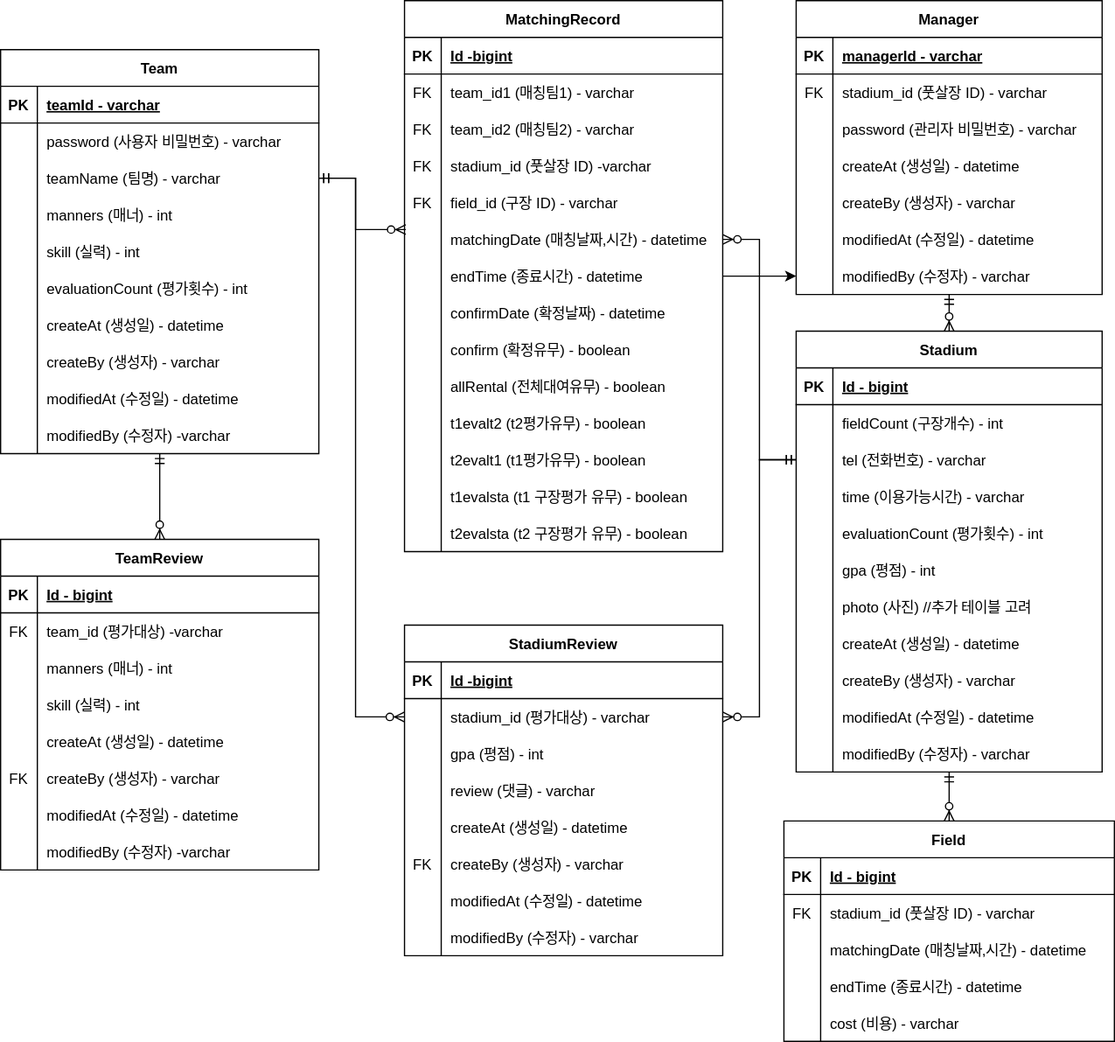
This is backend/document/fusal-matching.svg from jihoon0413/fusal-matching-test, a draw.io export, as it was before one commit. Source tidied: cells renumbered, new cells last; positions are measured from the earlier drawing's top-left corner, leaving out a move shared by most shapes.
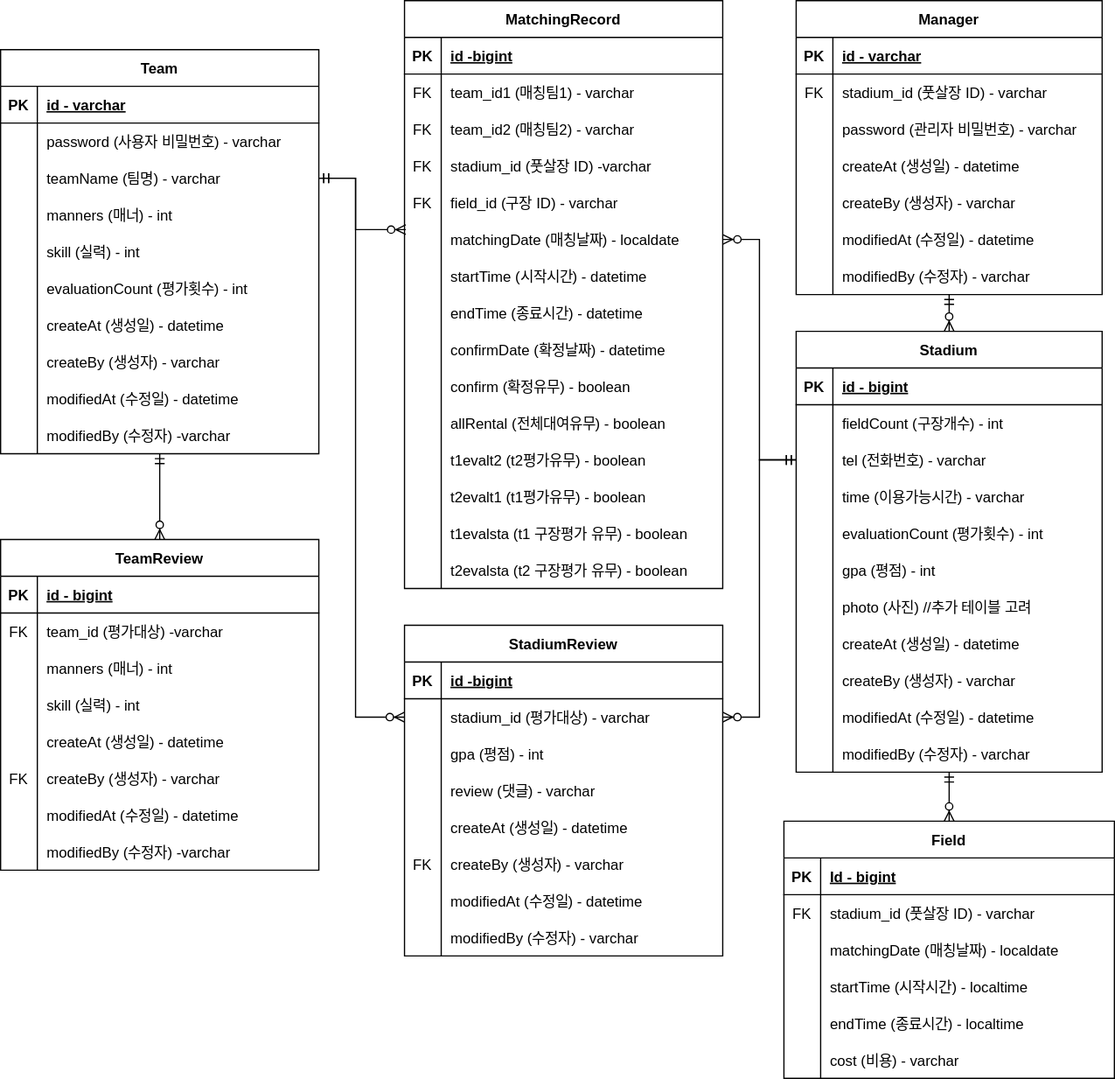
After the commit.

Commit message:
#3 - team,manager id 수정, 매칭날짜 수정

Change to the diagram source:
```diff
@@ -11,7 +11,7 @@
     <mxCell id="4" value="PK" style="shape=partialRectangle;overflow=hidden;fillColor=none;top=0;left=0;bottom=0;right=0;fontStyle=1;" parent="3" vertex="1">
       <mxGeometry width="30" height="30" as="geometry" />
     </mxCell>
-    <mxCell id="5" value="teamId - varchar" style="shape=partialRectangle;overflow=hidden;fillColor=none;top=0;left=0;bottom=0;right=0;align=left;spacingLeft=6;fontStyle=5;" parent="3" vertex="1">
+    <mxCell id="5" value="id - varchar" style="shape=partialRectangle;overflow=hidden;fillColor=none;top=0;left=0;bottom=0;right=0;align=left;spacingLeft=6;fontStyle=5;" parent="3" vertex="1">
       <mxGeometry x="30" width="230" height="30" as="geometry" />
     </mxCell>
     <mxCell id="6" style="shape=partialRectangle;fillColor=none;top=0;left=0;right=0;bottom=0;" parent="2" vertex="1">
@@ -104,7 +104,7 @@
     <mxCell id="35" value="PK" style="shape=partialRectangle;overflow=hidden;fillColor=none;top=0;left=0;bottom=0;right=0;fontStyle=1;" parent="34" vertex="1">
       <mxGeometry width="30" height="30" as="geometry" />
     </mxCell>
-    <mxCell id="36" value="Id -bigint" style="shape=partialRectangle;overflow=hidden;fillColor=none;top=0;left=0;bottom=0;right=0;align=left;spacingLeft=6;fontStyle=5;" parent="34" vertex="1">
+    <mxCell id="36" value="id -bigint" style="shape=partialRectangle;overflow=hidden;fillColor=none;top=0;left=0;bottom=0;right=0;align=left;spacingLeft=6;fontStyle=5;" parent="34" vertex="1">
       <mxGeometry x="30" width="230" height="30" as="geometry" />
     </mxCell>
     <mxCell id="37" style="shape=partialRectangle;fillColor=none;points=[[0,0.5],[1,0.5]];portConstraint=eastwest;top=0;left=0;right=0;bottom=0;" parent="33" vertex="1">
@@ -170,11 +170,8 @@
     <mxCell id="57" value="modifiedBy (수정자) - varchar" style="shape=partialRectangle;overflow=hidden;fillColor=none;top=0;left=0;bottom=0;right=0;align=left;spacingLeft=6;" parent="55" vertex="1">
       <mxGeometry x="30" width="230" height="30" as="geometry" />
     </mxCell>
-    <mxCell id="58" style="edgeStyle=orthogonalEdgeStyle;rounded=0;jettySize=auto;html=1;" parent="1" edge="1" source="59" target="121">
-      <mxGeometry relative="1" as="geometry" />
-    </mxCell>
     <mxCell id="59" value="MatchingRecord" style="shape=table;startSize=30;rowLines=0;fontStyle=1;align=center;" parent="1" vertex="1">
-      <mxGeometry x="330" width="260" height="450" as="geometry" />
+      <mxGeometry x="330" width="260" height="480" as="geometry" />
     </mxCell>
     <mxCell id="60" style="shape=partialRectangle;fillColor=none;top=0;left=0;right=0;bottom=1;" parent="59" vertex="1">
       <mxGeometry y="30" width="260" height="30" as="geometry" />
@@ -182,7 +179,7 @@
     <mxCell id="61" value="PK" style="shape=partialRectangle;overflow=hidden;fillColor=none;top=0;left=0;bottom=0;right=0;fontStyle=1;" parent="60" vertex="1">
       <mxGeometry width="30" height="30" as="geometry" />
     </mxCell>
-    <mxCell id="62" value="Id -bigint" style="shape=partialRectangle;overflow=hidden;fillColor=none;top=0;left=0;bottom=0;right=0;align=left;spacingLeft=6;fontStyle=5;" parent="60" vertex="1">
+    <mxCell id="62" value="id -bigint" style="shape=partialRectangle;overflow=hidden;fillColor=none;top=0;left=0;bottom=0;right=0;align=left;spacingLeft=6;fontStyle=5;" parent="60" vertex="1">
       <mxGeometry x="30" width="230" height="30" as="geometry" />
     </mxCell>
     <mxCell id="63" style="shape=partialRectangle;fillColor=none;top=0;left=0;right=0;bottom=0;" parent="59" vertex="1">
@@ -227,7 +224,7 @@
     <mxCell id="76" style="shape=partialRectangle;overflow=hidden;fillColor=none;top=0;left=0;bottom=0;right=0;" parent="75" vertex="1">
       <mxGeometry width="30" height="30" as="geometry" />
     </mxCell>
-    <mxCell id="77" value="matchingDate (매칭날짜,시간) - datetime" style="shape=partialRectangle;overflow=hidden;fillColor=none;top=0;left=0;bottom=0;right=0;align=left;spacingLeft=6;" parent="75" vertex="1">
+    <mxCell id="77" value="matchingDate (매칭날짜) - localdate" style="shape=partialRectangle;overflow=hidden;fillColor=none;top=0;left=0;bottom=0;right=0;align=left;spacingLeft=6;" parent="75" vertex="1">
       <mxGeometry x="30" width="230" height="30" as="geometry" />
     </mxCell>
     <mxCell id="78" style="shape=partialRectangle;fillColor=none;top=0;left=0;right=0;bottom=0;" parent="59" vertex="1">
@@ -236,11 +233,20 @@
     <mxCell id="79" style="shape=partialRectangle;overflow=hidden;fillColor=none;top=0;left=0;bottom=0;right=0;" parent="78" vertex="1">
       <mxGeometry width="30" height="30" as="geometry" />
     </mxCell>
-    <mxCell id="80" value="endTime (종료시간) - datetime" style="shape=partialRectangle;overflow=hidden;fillColor=none;top=0;left=0;bottom=0;right=0;align=left;spacingLeft=6;" parent="78" vertex="1">
+    <mxCell id="80" value="startTime (시작시간) - datetime" style="shape=partialRectangle;overflow=hidden;fillColor=none;top=0;left=0;bottom=0;right=0;align=left;spacingLeft=6;" parent="78" vertex="1">
       <mxGeometry x="30" width="230" height="30" as="geometry" />
     </mxCell>
+    <mxCell id="206" style="shape=partialRectangle;fillColor=none;top=0;left=0;right=0;bottom=0;" parent="59" vertex="1">
+      <mxGeometry y="240" width="260" height="30" as="geometry" />
+    </mxCell>
+    <mxCell id="207" style="shape=partialRectangle;overflow=hidden;fillColor=none;top=0;left=0;bottom=0;right=0;" parent="206" vertex="1">
+      <mxGeometry width="30" height="30" as="geometry" />
+    </mxCell>
+    <mxCell id="208" value="endTime (종료시간) - datetime" style="shape=partialRectangle;overflow=hidden;fillColor=none;top=0;left=0;bottom=0;right=0;align=left;spacingLeft=6;" parent="206" vertex="1">
+      <mxGeometry x="30" width="230" height="30" as="geometry" />
+    </mxCell>
     <mxCell id="81" style="shape=partialRectangle;fillColor=none;top=0;left=0;right=0;bottom=0;" parent="59" vertex="1">
-      <mxGeometry y="240" width="260" height="30" as="geometry" />
+      <mxGeometry y="270" width="260" height="30" as="geometry" />
     </mxCell>
     <mxCell id="82" style="shape=partialRectangle;overflow=hidden;fillColor=none;top=0;left=0;bottom=0;right=0;" parent="81" vertex="1">
       <mxGeometry width="30" height="30" as="geometry" />
@@ -249,7 +255,7 @@
       <mxGeometry x="30" width="230" height="30" as="geometry" />
     </mxCell>
     <mxCell id="84" style="shape=partialRectangle;fillColor=none;top=0;left=0;right=0;bottom=0;" parent="59" vertex="1">
-      <mxGeometry y="270" width="260" height="30" as="geometry" />
+      <mxGeometry y="300" width="260" height="30" as="geometry" />
     </mxCell>
     <mxCell id="85" style="shape=partialRectangle;overflow=hidden;fillColor=none;top=0;left=0;bottom=0;right=0;" parent="84" vertex="1">
       <mxGeometry width="30" height="30" as="geometry" />
@@ -258,7 +264,7 @@
       <mxGeometry x="30" width="230" height="30" as="geometry" />
     </mxCell>
     <mxCell id="87" style="shape=partialRectangle;fillColor=none;top=0;left=0;right=0;bottom=0;" parent="59" vertex="1">
-      <mxGeometry y="300" width="260" height="30" as="geometry" />
+      <mxGeometry y="330" width="260" height="30" as="geometry" />
     </mxCell>
     <mxCell id="88" style="shape=partialRectangle;overflow=hidden;fillColor=none;top=0;left=0;bottom=0;right=0;" parent="87" vertex="1">
       <mxGeometry width="30" height="30" as="geometry" />
@@ -267,7 +273,7 @@
       <mxGeometry x="30" width="230" height="30" as="geometry" />
     </mxCell>
     <mxCell id="90" style="shape=partialRectangle;fillColor=none;top=0;left=0;right=0;bottom=0;" parent="59" vertex="1">
-      <mxGeometry y="330" width="260" height="30" as="geometry" />
+      <mxGeometry y="360" width="260" height="30" as="geometry" />
     </mxCell>
     <mxCell id="91" style="shape=partialRectangle;overflow=hidden;fillColor=none;top=0;left=0;bottom=0;right=0;" parent="90" vertex="1">
       <mxGeometry width="30" height="30" as="geometry" />
@@ -276,7 +282,7 @@
       <mxGeometry x="30" width="230" height="30" as="geometry" />
     </mxCell>
     <mxCell id="93" style="shape=partialRectangle;fillColor=none;top=0;left=0;right=0;bottom=0;" parent="59" vertex="1">
-      <mxGeometry y="360" width="260" height="30" as="geometry" />
+      <mxGeometry y="390" width="260" height="30" as="geometry" />
     </mxCell>
     <mxCell id="94" style="shape=partialRectangle;overflow=hidden;fillColor=none;top=0;left=0;bottom=0;right=0;" parent="93" vertex="1">
       <mxGeometry width="30" height="30" as="geometry" />
@@ -285,7 +291,7 @@
       <mxGeometry x="30" width="230" height="30" as="geometry" />
     </mxCell>
     <mxCell id="96" style="shape=partialRectangle;fillColor=none;top=0;left=0;right=0;bottom=0;" parent="59" vertex="1">
-      <mxGeometry y="390" width="260" height="30" as="geometry" />
+      <mxGeometry y="420" width="260" height="30" as="geometry" />
     </mxCell>
     <mxCell id="97" style="shape=partialRectangle;overflow=hidden;fillColor=none;top=0;left=0;bottom=0;right=0;" parent="96" vertex="1">
       <mxGeometry width="30" height="30" as="geometry" />
@@ -294,7 +300,7 @@
       <mxGeometry x="30" width="230" height="30" as="geometry" />
     </mxCell>
     <mxCell id="99" style="shape=partialRectangle;fillColor=none;top=0;left=0;right=0;bottom=0;" parent="59" vertex="1">
-      <mxGeometry y="420" width="260" height="30" as="geometry" />
+      <mxGeometry y="450" width="260" height="30" as="geometry" />
     </mxCell>
     <mxCell id="100" style="shape=partialRectangle;overflow=hidden;fillColor=none;top=0;left=0;bottom=0;right=0;" parent="99" vertex="1">
       <mxGeometry width="30" height="30" as="geometry" />
@@ -311,7 +317,7 @@
     <mxCell id="104" value="PK" style="shape=partialRectangle;overflow=hidden;fillColor=none;top=0;left=0;bottom=0;right=0;fontStyle=1;" parent="103" vertex="1">
       <mxGeometry width="30" height="30" as="geometry" />
     </mxCell>
-    <mxCell id="105" value="managerId - varchar" style="shape=partialRectangle;overflow=hidden;fillColor=none;top=0;left=0;bottom=0;right=0;align=left;spacingLeft=6;fontStyle=5;" parent="103" vertex="1">
+    <mxCell id="105" value="id - varchar" style="shape=partialRectangle;overflow=hidden;fillColor=none;top=0;left=0;bottom=0;right=0;align=left;spacingLeft=6;fontStyle=5;" parent="103" vertex="1">
       <mxGeometry x="30" width="220" height="30" as="geometry" />
     </mxCell>
     <mxCell id="106" style="shape=partialRectangle;fillColor=none;top=0;left=0;right=0;bottom=0;" parent="102" vertex="1">
@@ -369,7 +375,7 @@
       <mxGeometry x="30" width="220" height="30" as="geometry" />
     </mxCell>
     <mxCell id="124" value="Field" style="shape=table;startSize=30;rowLines=0;fontStyle=1;align=center;" parent="1" vertex="1">
-      <mxGeometry x="640" y="670" width="270" height="180" as="geometry" />
+      <mxGeometry x="640" y="670" width="270" height="210" as="geometry" />
     </mxCell>
     <mxCell id="125" style="shape=partialRectangle;fillColor=none;top=0;left=0;right=0;bottom=1;" parent="124" vertex="1">
       <mxGeometry y="30" width="270" height="30" as="geometry" />
@@ -395,7 +401,7 @@
     <mxCell id="132" style="shape=partialRectangle;overflow=hidden;fillColor=none;top=0;left=0;bottom=0;right=0;" parent="131" vertex="1">
       <mxGeometry width="30" height="30" as="geometry" />
     </mxCell>
-    <mxCell id="133" value="matchingDate (매칭날짜,시간) - datetime" style="shape=partialRectangle;overflow=hidden;fillColor=none;top=0;left=0;bottom=0;right=0;align=left;spacingLeft=6;" parent="131" vertex="1">
+    <mxCell id="133" value="matchingDate (매칭날짜) - localdate" style="shape=partialRectangle;overflow=hidden;fillColor=none;top=0;left=0;bottom=0;right=0;align=left;spacingLeft=6;" parent="131" vertex="1">
       <mxGeometry x="30" width="240" height="30" as="geometry" />
     </mxCell>
     <mxCell id="134" style="shape=partialRectangle;fillColor=none;top=0;left=0;right=0;bottom=0;" parent="124" vertex="1">
@@ -404,11 +410,20 @@
     <mxCell id="135" style="shape=partialRectangle;overflow=hidden;fillColor=none;top=0;left=0;bottom=0;right=0;" parent="134" vertex="1">
       <mxGeometry width="30" height="30" as="geometry" />
     </mxCell>
-    <mxCell id="136" value="endTime (종료시간) - datetime" style="shape=partialRectangle;overflow=hidden;fillColor=none;top=0;left=0;bottom=0;right=0;align=left;spacingLeft=6;" parent="134" vertex="1">
+    <mxCell id="136" value="startTime (시작시간) - localtime" style="shape=partialRectangle;overflow=hidden;fillColor=none;top=0;left=0;bottom=0;right=0;align=left;spacingLeft=6;" parent="134" vertex="1">
       <mxGeometry x="30" width="240" height="30" as="geometry" />
     </mxCell>
+    <mxCell id="209" style="shape=partialRectangle;fillColor=none;top=0;left=0;right=0;bottom=0;" parent="124" vertex="1">
+      <mxGeometry y="150" width="270" height="30" as="geometry" />
+    </mxCell>
+    <mxCell id="210" style="shape=partialRectangle;overflow=hidden;fillColor=none;top=0;left=0;bottom=0;right=0;" parent="209" vertex="1">
+      <mxGeometry width="30" height="30" as="geometry" />
+    </mxCell>
+    <mxCell id="211" value="endTime (종료시간) - localtime" style="shape=partialRectangle;overflow=hidden;fillColor=none;top=0;left=0;bottom=0;right=0;align=left;spacingLeft=6;" parent="209" vertex="1">
+      <mxGeometry x="30" width="240" height="30" as="geometry" />
+    </mxCell>
     <mxCell id="137" style="shape=partialRectangle;fillColor=none;top=0;left=0;right=0;bottom=0;" parent="124" vertex="1">
-      <mxGeometry y="150" width="270" height="30" as="geometry" />
+      <mxGeometry y="180" width="270" height="30" as="geometry" />
     </mxCell>
     <mxCell id="138" style="shape=partialRectangle;overflow=hidden;fillColor=none;top=0;left=0;bottom=0;right=0;" parent="137" vertex="1">
       <mxGeometry width="30" height="30" as="geometry" />
@@ -425,7 +440,7 @@
     <mxCell id="142" value="PK" style="shape=partialRectangle;overflow=hidden;fillColor=none;top=0;left=0;bottom=0;right=0;fontStyle=1;" parent="141" vertex="1">
       <mxGeometry width="30" height="30" as="geometry" />
     </mxCell>
-    <mxCell id="143" value="Id - bigint" style="shape=partialRectangle;overflow=hidden;fillColor=none;top=0;left=0;bottom=0;right=0;align=left;spacingLeft=6;fontStyle=5;" parent="141" vertex="1">
+    <mxCell id="143" value="id - bigint" style="shape=partialRectangle;overflow=hidden;fillColor=none;top=0;left=0;bottom=0;right=0;align=left;spacingLeft=6;fontStyle=5;" parent="141" vertex="1">
       <mxGeometry x="30" width="220" height="30" as="geometry" />
     </mxCell>
     <mxCell id="144" style="shape=partialRectangle;fillColor=none;top=0;left=0;right=0;bottom=0;" parent="140" vertex="1">
@@ -549,7 +564,7 @@
     <mxCell id="181" value="PK" style="shape=partialRectangle;overflow=hidden;fillColor=none;top=0;left=0;bottom=0;right=0;fontStyle=1;" parent="180" vertex="1">
       <mxGeometry width="30" height="30" as="geometry" />
     </mxCell>
-    <mxCell id="182" value="Id - bigint" style="shape=partialRectangle;overflow=hidden;fillColor=none;top=0;left=0;bottom=0;right=0;align=left;spacingLeft=6;fontStyle=5;" parent="180" vertex="1">
+    <mxCell id="182" value="id - bigint" style="shape=partialRectangle;overflow=hidden;fillColor=none;top=0;left=0;bottom=0;right=0;align=left;spacingLeft=6;fontStyle=5;" parent="180" vertex="1">
       <mxGeometry x="30" width="230" height="30" as="geometry" />
     </mxCell>
     <mxCell id="183" style="shape=partialRectangle;fillColor=none;top=0;left=0;right=0;bottom=0;" parent="179" vertex="1">
```
